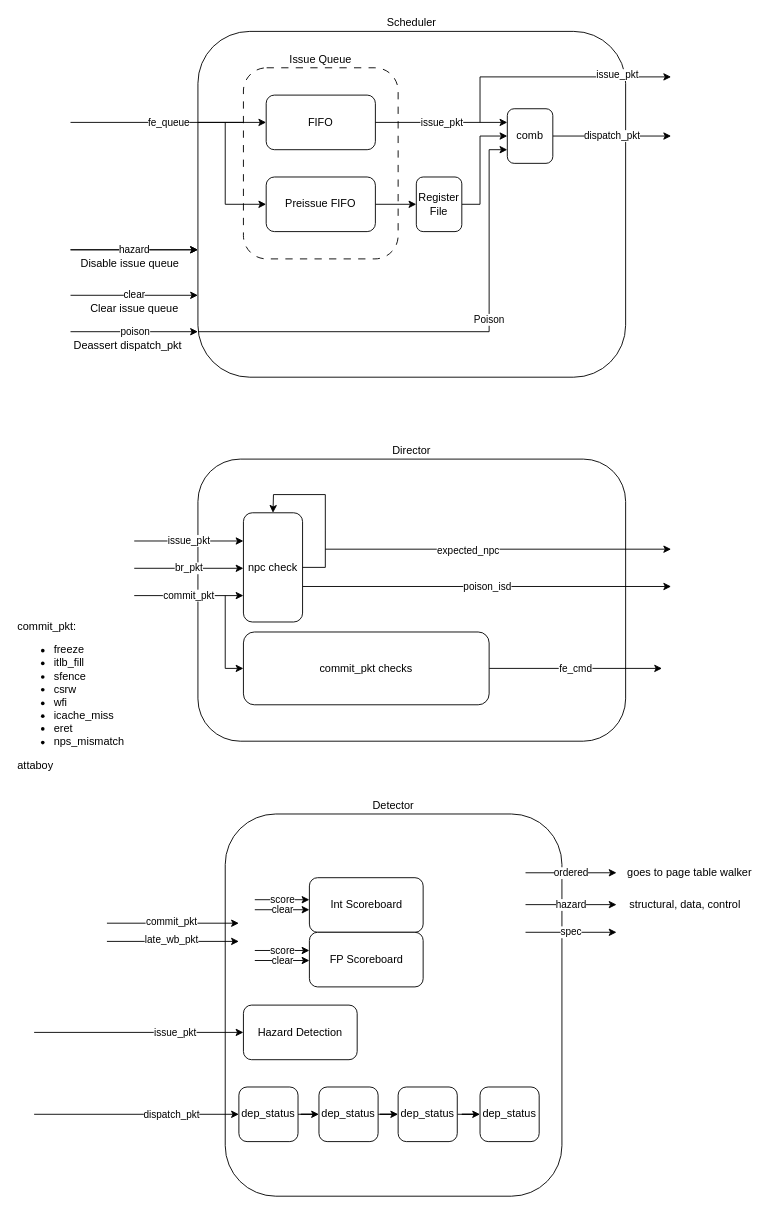
The draw.io diagram page "Back End" (3 of 6) of diagrams/black_parrot.drawio in JefferyLim/ec513_final_project, before the edit. Source tidied: cells renumbered, new cells numbered last; positions are measured from the earlier drawing's top-left corner, leaving out a move shared by most shapes. Both pictures are drawn from the tidied source at 91%, with x=0, y=0 at pixel (15, 31).
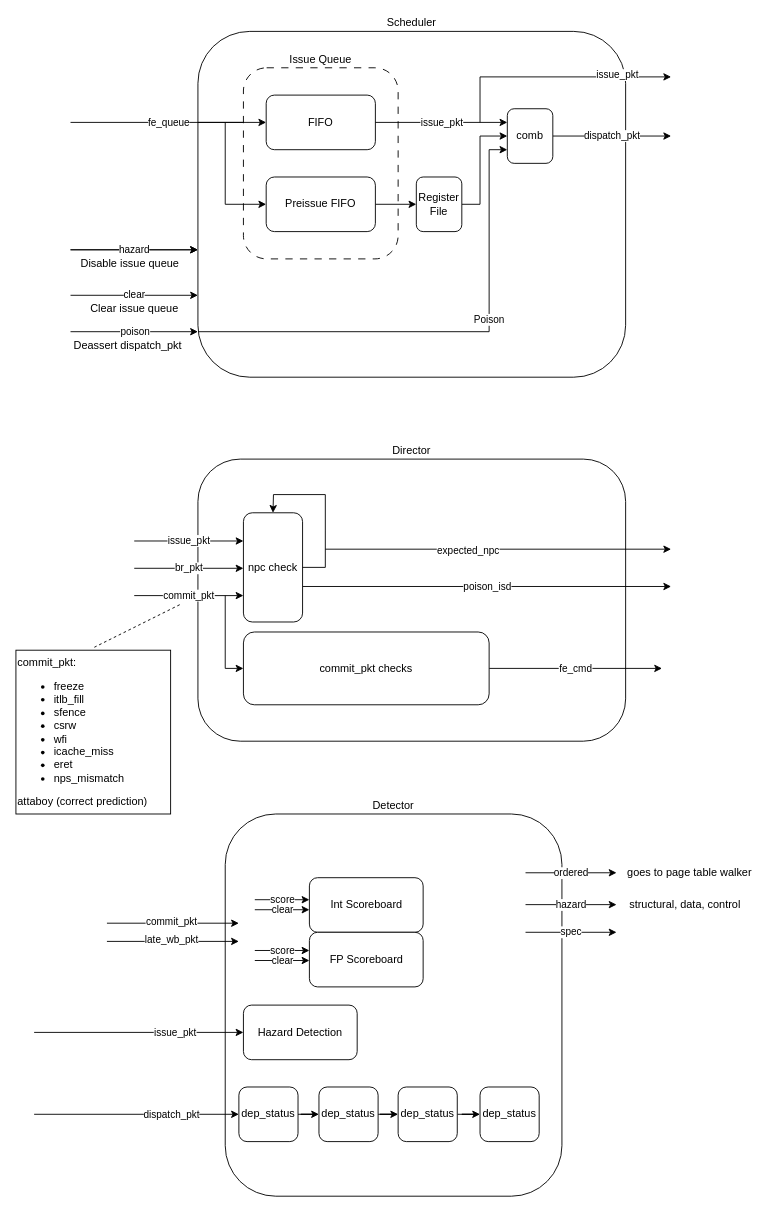
The same diagram, later.

What changed in the source:
```diff
@@
-    <mxCell id="40" value="commit_pkt:&lt;div&gt;&lt;ul&gt;&lt;li&gt;freeze&lt;/li&gt;&lt;li&gt;itlb_fill&lt;/li&gt;&lt;li&gt;sfence&lt;/li&gt;&lt;li&gt;csrw&lt;/li&gt;&lt;li&gt;wfi&lt;/li&gt;&lt;li&gt;icache_miss&lt;/li&gt;&lt;li&gt;eret&lt;/li&gt;&lt;li&gt;nps_mismatch&lt;/li&gt;&lt;/ul&gt;&lt;/div&gt;&lt;div&gt;attaboy&lt;/div&gt;" style="text;html=1;align=left;verticalAlign=middle;points=[];strokeColor=none;fillColor=none;" parent="1" vertex="1">
-      <mxGeometry y="640" width="140" height="180" as="geometry" />
+    <mxCell id="40" value="commit_pkt:&lt;div&gt;&lt;ul&gt;&lt;li&gt;freeze&lt;/li&gt;&lt;li&gt;itlb_fill&lt;/li&gt;&lt;li&gt;sfence&lt;/li&gt;&lt;li&gt;csrw&lt;/li&gt;&lt;li&gt;wfi&lt;/li&gt;&lt;li&gt;icache_miss&lt;/li&gt;&lt;li&gt;eret&lt;/li&gt;&lt;li&gt;nps_mismatch&lt;/li&gt;&lt;/ul&gt;&lt;/div&gt;&lt;div&gt;attaboy (correct prediction)&lt;/div&gt;" style="text;html=1;align=left;verticalAlign=middle;points=[];strokeColor=default;fillColor=none;" parent="1" vertex="1">
+      <mxGeometry y="680" width="170" height="180" as="geometry" />
     </mxCell>
@@
+    <mxCell id="68" style="endArrow=none;dashed=1;html=1;rounded=0;entryX=0.507;entryY=-0.018;entryDx=0;entryDy=0;entryPerimeter=0;" parent="1" edge="1" target="40">
+      <mxGeometry relative="1" as="geometry">
+        <mxPoint x="180" y="630" as="sourcePoint" />
+      </mxGeometry>
+    </mxCell>
```
